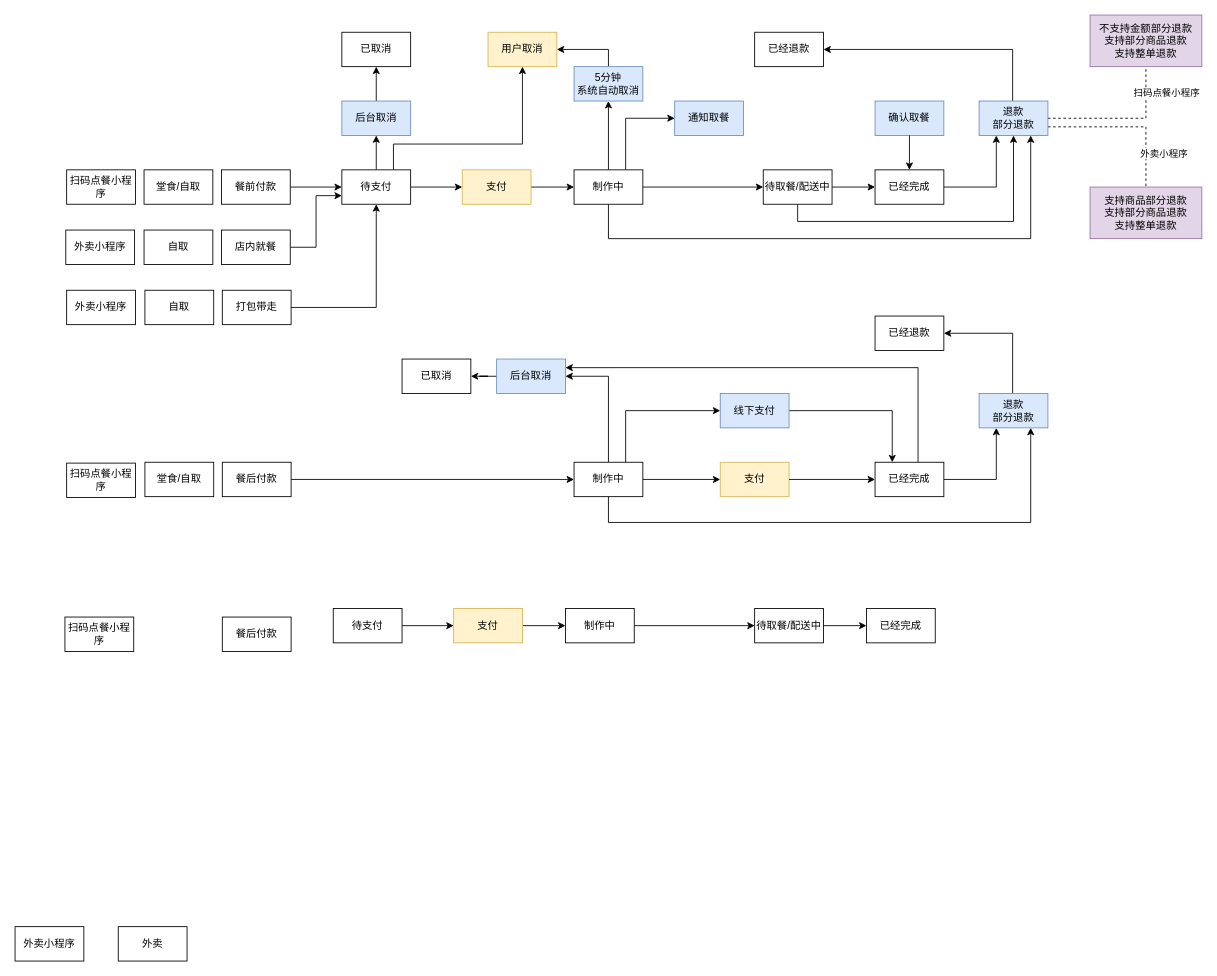
Earlier version of the draw.io diagram 外卖小程序各个状态流转.drawio (dfqxyfy/image). Source tidied: cells renumbered, new cells numbered last; positions are measured from the earlier drawing's top-left corner, leaving out a move shared by most shapes. Both pictures are drawn from the tidied source at 86%, with x=0, y=0 at pixel (15, 15).
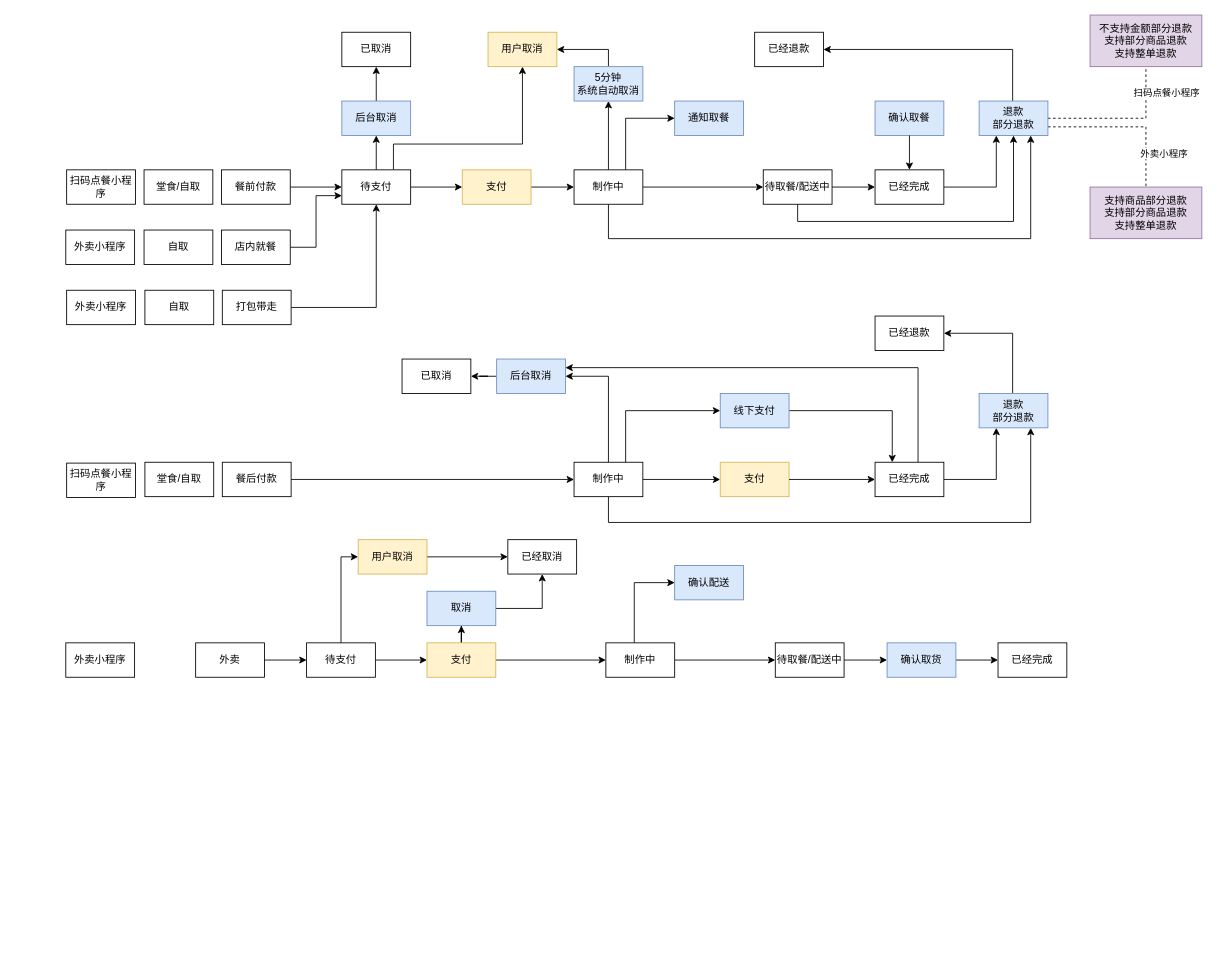
After the change.

Commit message (it also covers changes not shown here):
更新外卖小程序各个状态流转.drawio

What changed in the source:
```diff
@@
+    <mxCell id="83" style="edgeStyle=orthogonalEdgeStyle;rounded=0;jettySize=auto;html=1;entryX=0;entryY=0.5;entryDx=0;entryDy=0;" parent="1" edge="1" source="10" target="77">
+      <mxGeometry relative="1" as="geometry" />
+    </mxCell>
-    <mxCell id="10" value="餐后付款" style="rounded=0;whiteSpace=wrap;html=1;" parent="1" vertex="1">
-      <mxGeometry x="241" y="700" width="80" height="40" as="geometry" />
+    <mxCell id="10" value="外卖" style="rounded=0;whiteSpace=wrap;html=1;" parent="1" vertex="1">
+      <mxGeometry x="210" y="730" width="80" height="40" as="geometry" />
     </mxCell>
-    <mxCell id="11" value="扫码点餐小程序" style="rounded=0;whiteSpace=wrap;html=1;" parent="1" vertex="1">
-      <mxGeometry x="58" y="700" width="80" height="40" as="geometry" />
+    <mxCell id="11" value="外卖小程序" style="rounded=0;whiteSpace=wrap;html=1;" parent="1" vertex="1">
+      <mxGeometry x="59" y="730" width="80" height="40" as="geometry" />
     </mxCell>
@@
-    <mxCell id="16" value="外卖小程序" style="rounded=0;whiteSpace=wrap;html=1;" parent="1" vertex="1">
-      <mxGeometry y="1060" width="80" height="40" as="geometry" />
-    </mxCell>
-    <mxCell id="17" value="外卖" style="rounded=0;whiteSpace=wrap;html=1;" parent="1" vertex="1">
-      <mxGeometry x="120" y="1060" width="80" height="40" as="geometry" />
-    </mxCell>
@@
+    <mxCell id="84" style="edgeStyle=orthogonalEdgeStyle;rounded=0;jettySize=auto;html=1;entryX=0.5;entryY=1;entryDx=0;entryDy=0;" parent="1" edge="1" source="75" target="91">
+      <mxGeometry relative="1" as="geometry" />
+    </mxCell>
     <mxCell id="75" value="支付" style="rounded=0;whiteSpace=wrap;html=1;fillColor=#fff2cc;strokeColor=#d6b656;" parent="1" vertex="1">
-      <mxGeometry x="510" y="690" width="80" height="40" as="geometry" />
+      <mxGeometry x="479" y="730" width="80" height="40" as="geometry" />
     </mxCell>
@@
+    <mxCell id="85" style="edgeStyle=orthogonalEdgeStyle;rounded=0;jettySize=auto;html=1;entryX=0;entryY=0.5;entryDx=0;entryDy=0;" parent="1" edge="1" source="77" target="89">
+      <mxGeometry relative="1" as="geometry">
+        <Array as="points">
+          <mxPoint x="379" y="630" />
+        </Array>
+      </mxGeometry>
+    </mxCell>
     <mxCell id="77" value="待支付" style="rounded=0;whiteSpace=wrap;html=1;" parent="1" vertex="1">
-      <mxGeometry x="370" y="690" width="80" height="40" as="geometry" />
+      <mxGeometry x="339" y="730" width="80" height="40" as="geometry" />
     </mxCell>
+    <mxCell id="86" style="edgeStyle=orthogonalEdgeStyle;rounded=0;jettySize=auto;html=1;entryX=0;entryY=0.5;entryDx=0;entryDy=0;" parent="1" edge="1" source="79" target="93">
+      <mxGeometry relative="1" as="geometry">
+        <Array as="points">
+          <mxPoint x="720" y="660" />
+        </Array>
+      </mxGeometry>
+    </mxCell>
@@
     <mxCell id="79" value="制作中" style="rounded=0;whiteSpace=wrap;html=1;" parent="1" vertex="1">
-      <mxGeometry x="640" y="690" width="80" height="40" as="geometry" />
+      <mxGeometry x="687" y="730" width="80" height="40" as="geometry" />
     </mxCell>
     <mxCell id="80" value="待取餐/配送中" style="rounded=0;whiteSpace=wrap;html=1;" parent="1" vertex="1">
-      <mxGeometry x="860" y="690" width="80" height="40" as="geometry" />
+      <mxGeometry x="884" y="730" width="80" height="40" as="geometry" />
     </mxCell>
@@
+    <mxCell id="87" style="edgeStyle=orthogonalEdgeStyle;rounded=0;jettySize=auto;html=1;entryX=0;entryY=0.5;entryDx=0;entryDy=0;" parent="1" edge="1" source="82" target="94">
+      <mxGeometry relative="1" as="geometry" />
+    </mxCell>
-    <mxCell id="82" value="已经完成" style="rounded=0;whiteSpace=wrap;html=1;" parent="1" vertex="1">
-      <mxGeometry x="990" y="690" width="80" height="40" as="geometry" />
+    <mxCell id="82" value="确认取货" style="rounded=0;whiteSpace=wrap;html=1;fillColor=#dae8fc;strokeColor=#6c8ebf;" parent="1" vertex="1">
+      <mxGeometry x="1014" y="730" width="80" height="40" as="geometry" />
     </mxCell>
+    <mxCell id="88" style="edgeStyle=orthogonalEdgeStyle;rounded=0;jettySize=auto;html=1;entryX=0;entryY=0.5;entryDx=0;entryDy=0;" parent="1" edge="1" source="89" target="92">
+      <mxGeometry relative="1" as="geometry" />
+    </mxCell>
+    <mxCell id="89" value="用户取消" style="rounded=0;whiteSpace=wrap;html=1;fillColor=#fff2cc;strokeColor=#d6b656;" parent="1" vertex="1">
+      <mxGeometry x="399" y="610" width="80" height="40" as="geometry" />
+    </mxCell>
+    <mxCell id="90" style="edgeStyle=orthogonalEdgeStyle;rounded=0;jettySize=auto;html=1;entryX=0.5;entryY=1;entryDx=0;entryDy=0;" parent="1" edge="1" source="91" target="92">
+      <mxGeometry relative="1" as="geometry" />
+    </mxCell>
+    <mxCell id="91" value="取消" style="rounded=0;whiteSpace=wrap;html=1;fillColor=#dae8fc;strokeColor=#6c8ebf;" parent="1" vertex="1">
+      <mxGeometry x="479" y="670" width="80" height="40" as="geometry" />
+    </mxCell>
+    <mxCell id="92" value="已经取消" style="rounded=0;whiteSpace=wrap;html=1;" parent="1" vertex="1">
+      <mxGeometry x="573" y="610" width="80" height="40" as="geometry" />
+    </mxCell>
+    <mxCell id="93" value="确认配送" style="rounded=0;whiteSpace=wrap;html=1;fillColor=#dae8fc;strokeColor=#6c8ebf;" parent="1" vertex="1">
+      <mxGeometry x="767" y="640" width="80" height="40" as="geometry" />
+    </mxCell>
+    <mxCell id="94" value="已经完成" style="rounded=0;whiteSpace=wrap;html=1;" parent="1" vertex="1">
+      <mxGeometry x="1143" y="730" width="80" height="40" as="geometry" />
+    </mxCell>
```
